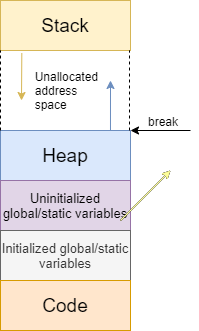
This is images/address-space.png from nbellari/nbellari.github.io, a draw.io export, as it was before one commit. Source tidied: cells renumbered, new cells last; positions are measured from the earlier drawing's top-left corner, leaving out a move shared by most shapes.
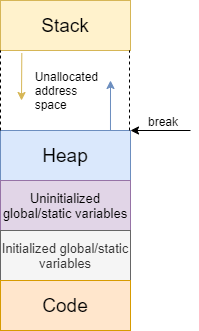
Above is the later version.

What changed in the source:
```diff
@@ -37,29 +37,11 @@
     <mxCell id="11" value="break" style="text;html=1;strokeColor=none;fillColor=none;align=center;verticalAlign=middle;whiteSpace=wrap;rounded=0;" parent="1" vertex="1">
       <mxGeometry x="143" y="111" width="40" height="20" as="geometry" />
     </mxCell>
-    <mxCell id="12" style="endArrow=classic;html=1;" parent="1" edge="1">
-      <mxGeometry relative="1" as="geometry">
-        <mxPoint x="120" y="220" as="sourcePoint" />
-        <mxPoint x="170" y="170" as="targetPoint" />
-      </mxGeometry>
-    </mxCell>
-    <mxCell id="13" style="endArrow=classic;html=1;" parent="1" edge="1">
-      <mxGeometry relative="1" as="geometry">
-        <mxPoint x="120" y="220" as="sourcePoint" />
-        <mxPoint x="170" y="170" as="targetPoint" />
-      </mxGeometry>
-    </mxCell>
     <mxCell id="14" style="endArrow=classic;html=1;exitX=0.164;exitY=1.053;exitDx=0;exitDy=0;exitPerimeter=0;strokeColor=#d6b656;fillColor=#fff2cc;" parent="1" edge="1" source="2">
       <mxGeometry relative="1" as="geometry">
         <mxPoint x="21" y="100" as="targetPoint" />
       </mxGeometry>
     </mxCell>
-    <mxCell id="15" style="endArrow=classic;html=1;strokeColor=#FFFF99;" parent="1" edge="1">
-      <mxGeometry relative="1" as="geometry">
-        <mxPoint x="120" y="220" as="sourcePoint" />
-        <mxPoint x="170" y="170" as="targetPoint" />
-      </mxGeometry>
-    </mxCell>
     <mxCell id="16" style="endArrow=classic;html=1;strokeColor=#6c8ebf;exitX=0.846;exitY=0;exitDx=0;exitDy=0;exitPerimeter=0;fillColor=#dae8fc;" parent="1" edge="1" source="3">
       <mxGeometry relative="1" as="geometry">
         <mxPoint x="110" y="80" as="targetPoint" />
```
